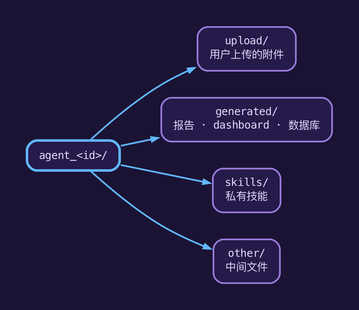
Above: docs/assets/workspace-layout.png in sailor723/langconfig (Graphviz), before the change. Its source is kept beside it as docs/assets/workspace-layout.dot.
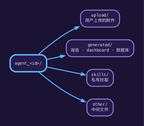
Later version of the same file.

The edit, as a diff of the source:
```diff
@@ -1,13 +1,13 @@
 digraph workspace {
   rankdir=LR;
   bgcolor="#1A1334";
-  pad=0.45;
-  nodesep=0.45;
-  ranksep=0.7;
+  pad=0.30;
+  nodesep=0.38;
+  ranksep=0.59;
   fontname="Menlo";
 
-  node [shape=box, style="rounded,filled", penwidth=2.0, fontname="Menlo", fontsize=13,
-        margin="0.20,0.12", fillcolor="#251A49", color="#9B7BDB", fontcolor="#E5DBFF"];
+  node [shape=box, style="rounded,filled", penwidth=2.0, fontname="Menlo", fontsize=9,
+        margin="0.14,0.07", fillcolor="#251A49", color="#9B7BDB", fontcolor="#E5DBFF"];
   edge [color="#62B7FF", penwidth=2.0, arrowsize=0.8];
 
   root [label="agent_<id>/", color="#62B7FF", penwidth=3.0];
```
